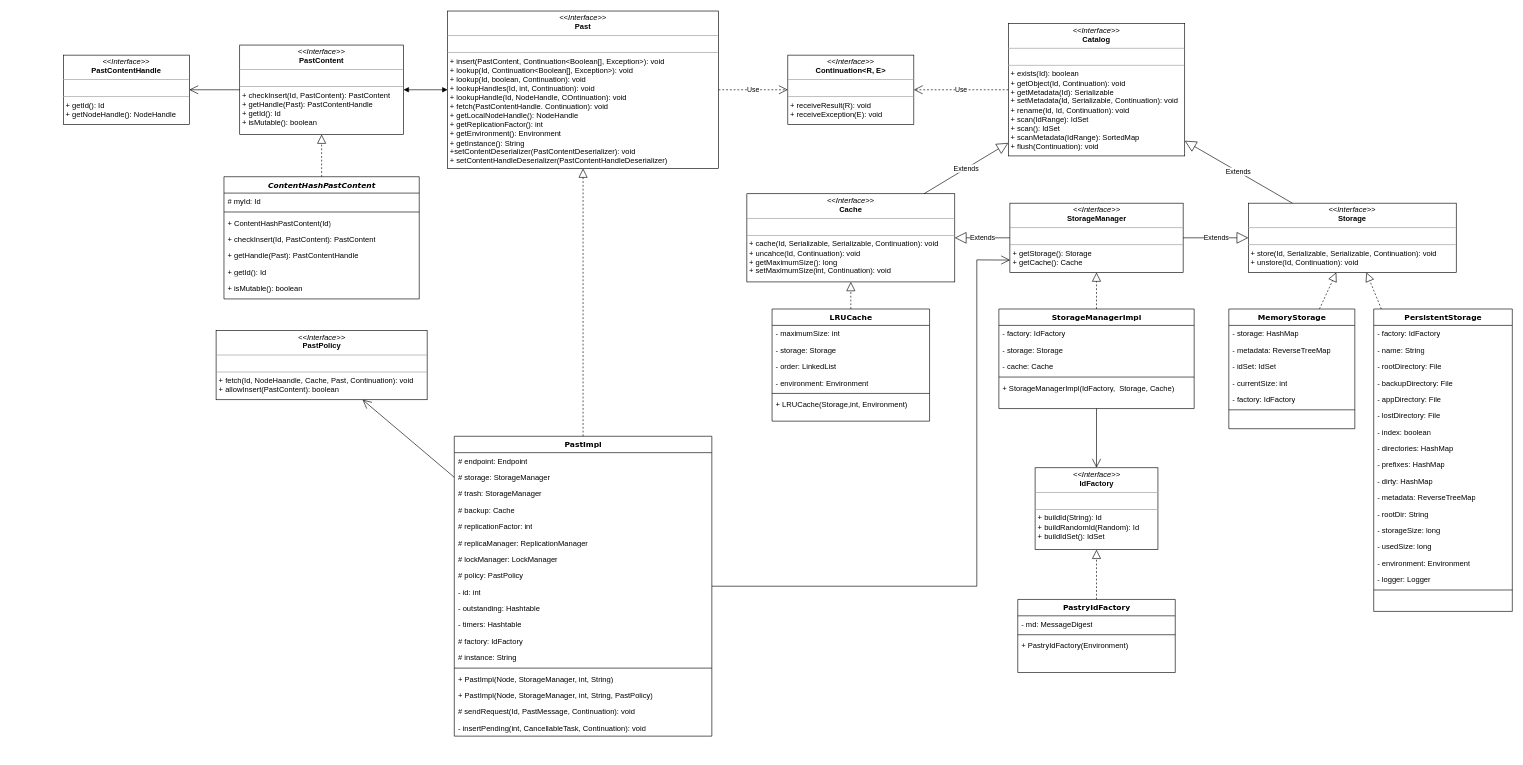
Earlier version of the draw.io diagram PastryPast.drawio (OneOverThree/PastryTest). Source tidied: cells renumbered, new cells numbered last; positions are measured from the earlier drawing's top-left corner, leaving out a move shared by most shapes. Both pictures are drawn from the tidied source at 63%, with x=0, y=0 at pixel (63, 11).
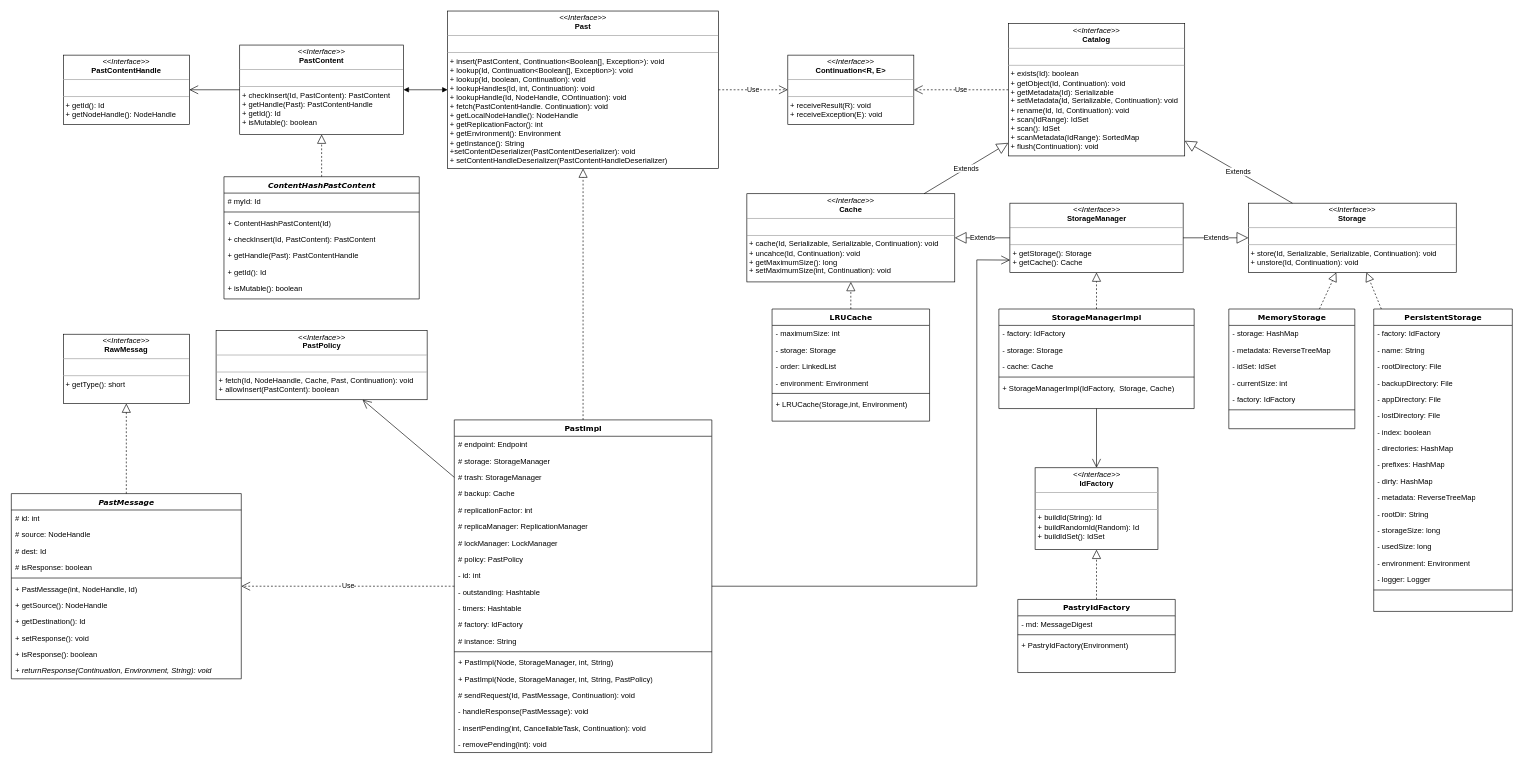
The same page after the edit.

Diff of the diagram source:
```diff
@@
     <mxCell id="6" value="PastImpl" style="swimlane;html=1;fontStyle=1;align=center;verticalAlign=top;horizontal=1;startSize=26;swimlaneFillColor=#ffffff;rounded=0;shadow=0;comic=0;labelBackgroundColor=none;strokeWidth=1;fillColor=none;fontFamily=Verdana;fontSize=12;" parent="1" vertex="1">
-      <mxGeometry x="620.6" y="675" width="408.8" height="476" as="geometry" />
+      <mxGeometry x="620.6" y="649" width="408.8" height="528" as="geometry" />
     </mxCell>
@@
-    <mxCell id="24" value="&lt;span style=&quot;&quot;&gt;- insertPending(int, CancellableTask, Continuation): void&lt;/span&gt;" style="text;html=1;strokeColor=none;fillColor=none;align=left;verticalAlign=top;spacingLeft=4;spacingRight=4;whiteSpace=wrap;overflow=hidden;" parent="6" vertex="1">
+    <mxCell id="24" value="&lt;span style=&quot;&quot;&gt;- handleResponse(PastMessage): void&lt;/span&gt;" style="text;html=1;strokeColor=none;fillColor=none;align=left;verticalAlign=top;spacingLeft=4;spacingRight=4;whiteSpace=wrap;overflow=hidden;" parent="6" vertex="1">
       <mxGeometry y="450" width="408.8" height="26" as="geometry" />
     </mxCell>
+    <mxCell id="99" value="&lt;span style=&quot;&quot;&gt;- insertPending(int, CancellableTask, Continuation): void&lt;/span&gt;" style="text;html=1;strokeColor=none;fillColor=none;align=left;verticalAlign=top;spacingLeft=4;spacingRight=4;whiteSpace=wrap;overflow=hidden;" parent="6" vertex="1">
+      <mxGeometry y="476" width="408.8" height="26" as="geometry" />
+    </mxCell>
+    <mxCell id="100" value="&lt;span style=&quot;&quot;&gt;- removePending(int): void&lt;/span&gt;" style="text;html=1;strokeColor=none;fillColor=none;align=left;verticalAlign=top;spacingLeft=4;spacingRight=4;whiteSpace=wrap;overflow=hidden;" parent="6" vertex="1">
+      <mxGeometry y="502" width="408.8" height="26" as="geometry" />
+    </mxCell>
@@
+    <mxCell id="101" value="&lt;i&gt;PastMessage&lt;/i&gt;" style="swimlane;html=1;fontStyle=1;align=center;verticalAlign=top;horizontal=1;startSize=26;swimlaneFillColor=#ffffff;rounded=0;shadow=0;comic=0;labelBackgroundColor=none;strokeWidth=1;fillColor=none;fontFamily=Verdana;fontSize=12;" parent="1" vertex="1">
+      <mxGeometry x="-82.5" y="766" width="365" height="294" as="geometry" />
+    </mxCell>
+    <mxCell id="102" value="# id: int" style="text;html=1;strokeColor=none;fillColor=none;align=left;verticalAlign=top;spacingLeft=4;spacingRight=4;whiteSpace=wrap;overflow=hidden;" parent="101" vertex="1">
+      <mxGeometry y="26" width="365" height="26" as="geometry" />
+    </mxCell>
+    <mxCell id="103" value="# source: NodeHandle" style="text;html=1;strokeColor=none;fillColor=none;align=left;verticalAlign=top;spacingLeft=4;spacingRight=4;whiteSpace=wrap;overflow=hidden;" parent="101" vertex="1">
+      <mxGeometry y="52" width="365" height="26" as="geometry" />
+    </mxCell>
+    <mxCell id="104" value="# dest: Id" style="text;html=1;strokeColor=none;fillColor=none;align=left;verticalAlign=top;spacingLeft=4;spacingRight=4;whiteSpace=wrap;overflow=hidden;" parent="101" vertex="1">
+      <mxGeometry y="78" width="365" height="26" as="geometry" />
+    </mxCell>
+    <mxCell id="105" value="# isResponse: boolean" style="text;html=1;strokeColor=none;fillColor=none;align=left;verticalAlign=top;spacingLeft=4;spacingRight=4;whiteSpace=wrap;overflow=hidden;" parent="101" vertex="1">
+      <mxGeometry y="104" width="365" height="26" as="geometry" />
+    </mxCell>
+    <mxCell id="106" style="line;html=1;strokeWidth=1;fillColor=none;align=left;verticalAlign=middle;spacingTop=-1;spacingLeft=3;spacingRight=3;labelPosition=right;" parent="101" vertex="1">
+      <mxGeometry y="130" width="365" height="8" as="geometry" />
+    </mxCell>
+    <mxCell id="107" value="+ PastMessage(int, NodeHandle, Id)" style="text;html=1;strokeColor=none;fillColor=none;align=left;verticalAlign=top;spacingLeft=4;spacingRight=4;whiteSpace=wrap;overflow=hidden;" parent="101" vertex="1">
+      <mxGeometry y="138" width="365" height="26" as="geometry" />
+    </mxCell>
+    <mxCell id="108" value="+ getSource(): NodeHandle" style="text;html=1;strokeColor=none;fillColor=none;align=left;verticalAlign=top;spacingLeft=4;spacingRight=4;whiteSpace=wrap;overflow=hidden;" parent="101" vertex="1">
+      <mxGeometry y="164" width="365" height="26" as="geometry" />
+    </mxCell>
+    <mxCell id="109" value="+ getDestination(): Id" style="text;html=1;strokeColor=none;fillColor=none;align=left;verticalAlign=top;spacingLeft=4;spacingRight=4;whiteSpace=wrap;overflow=hidden;" parent="101" vertex="1">
+      <mxGeometry y="190" width="365" height="26" as="geometry" />
+    </mxCell>
+    <mxCell id="110" value="+ setResponse(): void" style="text;html=1;strokeColor=none;fillColor=none;align=left;verticalAlign=top;spacingLeft=4;spacingRight=4;whiteSpace=wrap;overflow=hidden;" parent="101" vertex="1">
+      <mxGeometry y="216" width="365" height="26" as="geometry" />
+    </mxCell>
+    <mxCell id="111" value="+ isResponse(): boolean" style="text;html=1;strokeColor=none;fillColor=none;align=left;verticalAlign=top;spacingLeft=4;spacingRight=4;whiteSpace=wrap;overflow=hidden;" parent="101" vertex="1">
+      <mxGeometry y="242" width="365" height="26" as="geometry" />
+    </mxCell>
+    <mxCell id="112" value="&lt;i&gt;+ returnResponse(Continuation, Environment, String): void&lt;/i&gt;" style="text;html=1;strokeColor=none;fillColor=none;align=left;verticalAlign=top;spacingLeft=4;spacingRight=4;whiteSpace=wrap;overflow=hidden;" parent="101" vertex="1">
+      <mxGeometry y="268" width="365" height="26" as="geometry" />
+    </mxCell>
+    <mxCell id="113" value="&lt;p style=&quot;margin:0px;margin-top:4px;text-align:center;&quot;&gt;&lt;i&gt;&amp;lt;&amp;lt;Interface&amp;gt;&amp;gt;&lt;/i&gt;&lt;br&gt;&lt;b&gt;RawMessag&lt;/b&gt;&lt;/p&gt;&lt;hr size=&quot;1&quot;&gt;&lt;p style=&quot;margin:0px;margin-left:4px;&quot;&gt;&lt;br&gt;&lt;/p&gt;&lt;hr size=&quot;1&quot;&gt;&lt;p style=&quot;margin:0px;margin-left:4px;&quot;&gt;&lt;span style=&quot;background-color: initial;&quot;&gt;+ getType(): short&lt;/span&gt;&lt;/p&gt;" style="verticalAlign=top;align=left;overflow=fill;fontSize=12;fontFamily=Helvetica;html=1;rounded=0;shadow=0;comic=0;labelBackgroundColor=none;strokeWidth=1;" parent="1" vertex="1">
+      <mxGeometry y="513" width="200" height="110" as="geometry" />
+    </mxCell>
+    <mxCell id="114" style="endArrow=block;dashed=1;endFill=0;endSize=12;html=1;rounded=0;" parent="1" edge="1" source="101" target="113">
+      <mxGeometry relative="1" as="geometry" />
+    </mxCell>
+    <mxCell id="115" value="Use" style="endArrow=open;endSize=12;dashed=1;html=1;rounded=0;" parent="1" edge="1" source="6" target="101">
+      <mxGeometry relative="1" as="geometry" />
+    </mxCell>
```
